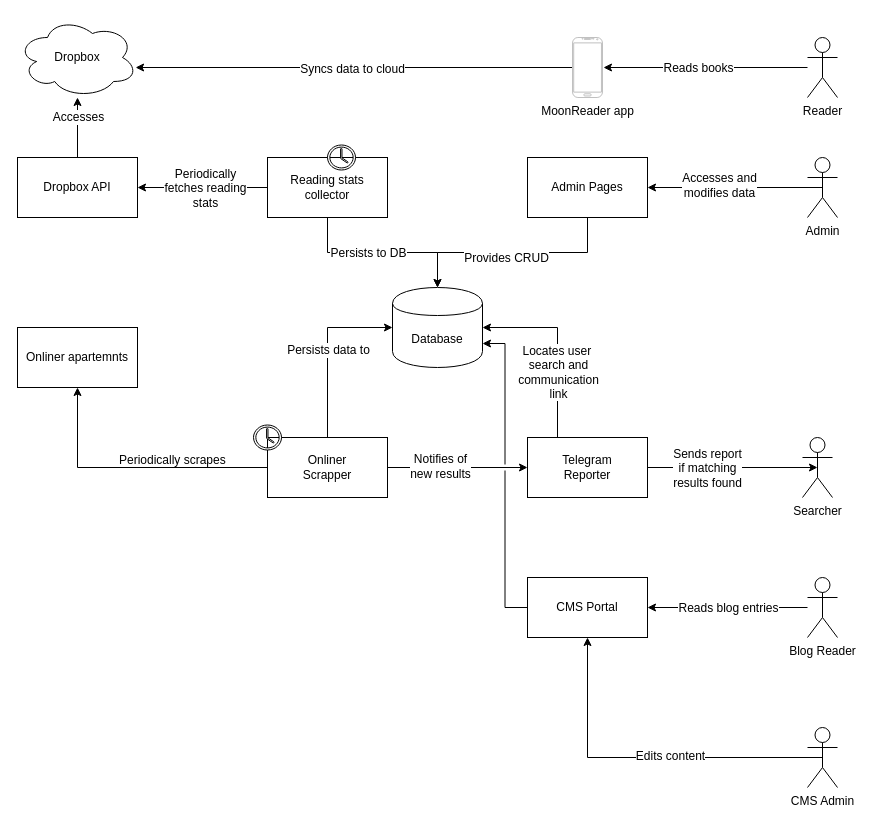
Above: docs/architecture-l1-diagram.drawio in MrLokans/portfoliosite (draw.io), before the change. Source tidied: cells renumbered, new cells numbered last; positions are measured from the earlier drawing's top-left corner, leaving out a move shared by most shapes. Both pictures are drawn from the tidied source at 100%, with x=0, y=0 at pixel (17, 17).
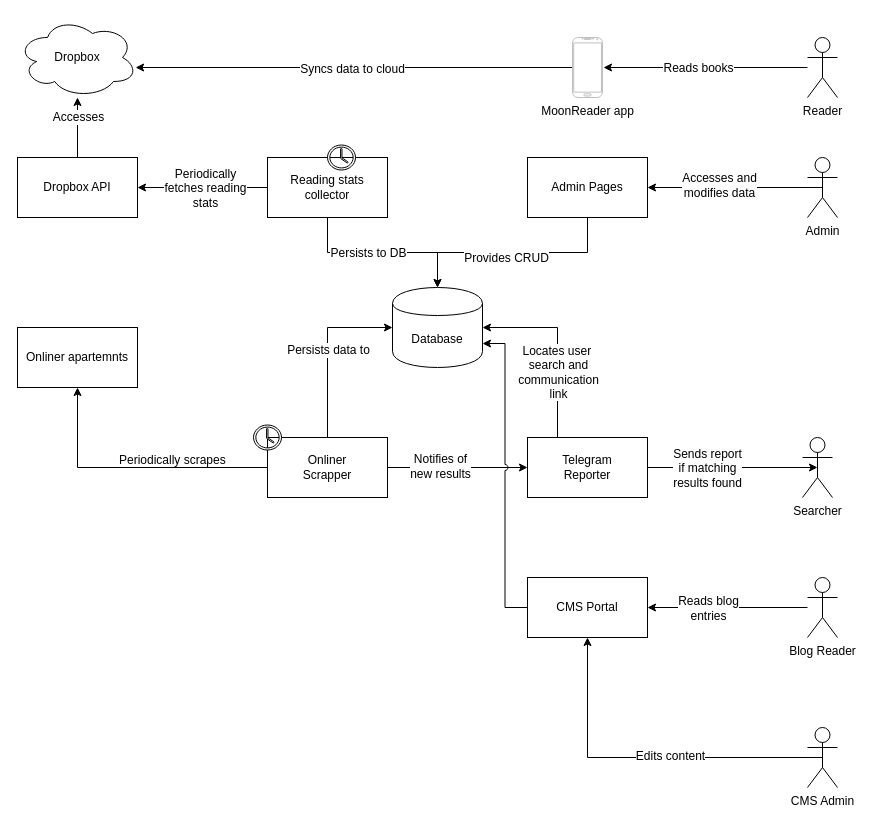
Above is the later version.

The change refers to these unchanged cells:
```xml
<mxCell id="3" value="Database" style="shape=cylinder;whiteSpace=wrap;html=1;boundedLbl=1;backgroundOutline=1;" parent="1" vertex="1">
  <mxGeometry x="375" y="270" width="90" height="80" as="geometry" />
</mxCell>
<mxCell id="8" style="edgeStyle=orthogonalEdgeStyle;rounded=0;jumpStyle=gap;jettySize=auto;html=1;entryX=1;entryY=0.5;entryDx=0;entryDy=0;" parent="1" edge="1" source="10" target="23">
  <mxGeometry relative="1" as="geometry" />
</mxCell>
<mxCell id="23" value="CMS Portal" style="rounded=0;whiteSpace=wrap;html=1;" parent="1" vertex="1">
  <mxGeometry x="510" y="560" width="120" height="60" as="geometry" />
</mxCell>
```

What changed in the source:
```diff
@@
-    <mxCell id="9" value="Reads blog entries" style="text;html=1;align=center;verticalAlign=middle;labelBackgroundColor=#ffffff;" parent="8" vertex="1">
+    <mxCell id="9" value="Reads blog&lt;br&gt;entries" style="text;html=1;align=center;verticalAlign=middle;labelBackgroundColor=#ffffff;" parent="8" vertex="1">
       <mxGeometry x="0.33" y="-1" relative="1" as="geometry">
-        <mxPoint x="26" y="1" as="offset" />
+        <mxPoint x="6" y="1" as="offset" />
       </mxGeometry>
     </mxCell>
@@
-    <mxCell id="22" style="edgeStyle=orthogonalEdgeStyle;rounded=0;jumpStyle=gap;jettySize=auto;html=1;exitX=0;exitY=0.5;exitDx=0;exitDy=0;entryX=1;entryY=0.7;entryDx=0;entryDy=0;" parent="1" edge="1" source="23" target="3">
+    <mxCell id="22" style="edgeStyle=orthogonalEdgeStyle;rounded=0;jumpStyle=arc;jettySize=auto;html=1;exitX=0;exitY=0.5;exitDx=0;exitDy=0;entryX=1;entryY=0.7;entryDx=0;entryDy=0;" parent="1" edge="1" source="23" target="3">
       <mxGeometry relative="1" as="geometry" />
     </mxCell>
```
